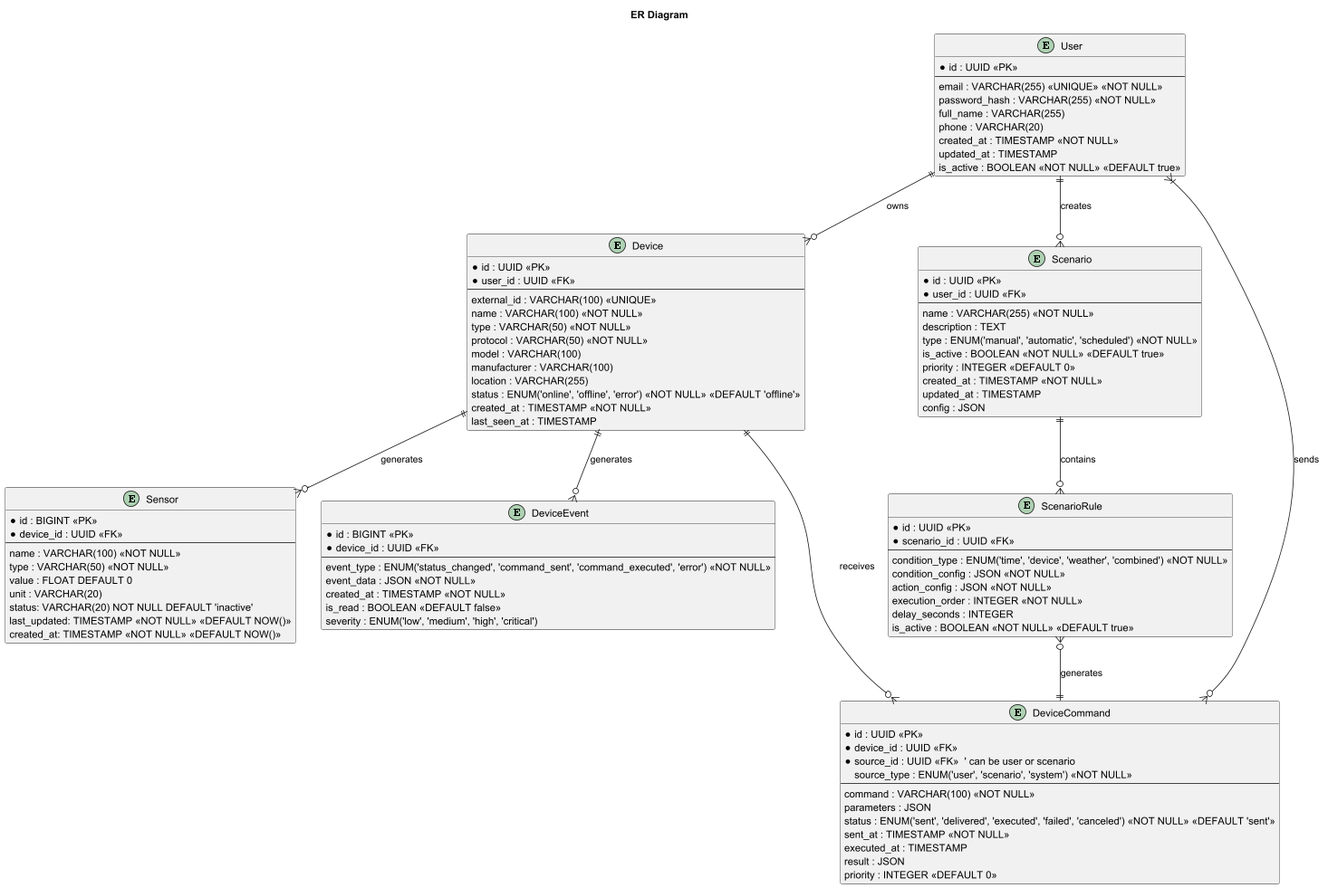
winmord/architecture-pro-warmhouse keeps this PlantUML diagram as diagrams/er/er.png. Above is the earlier version.
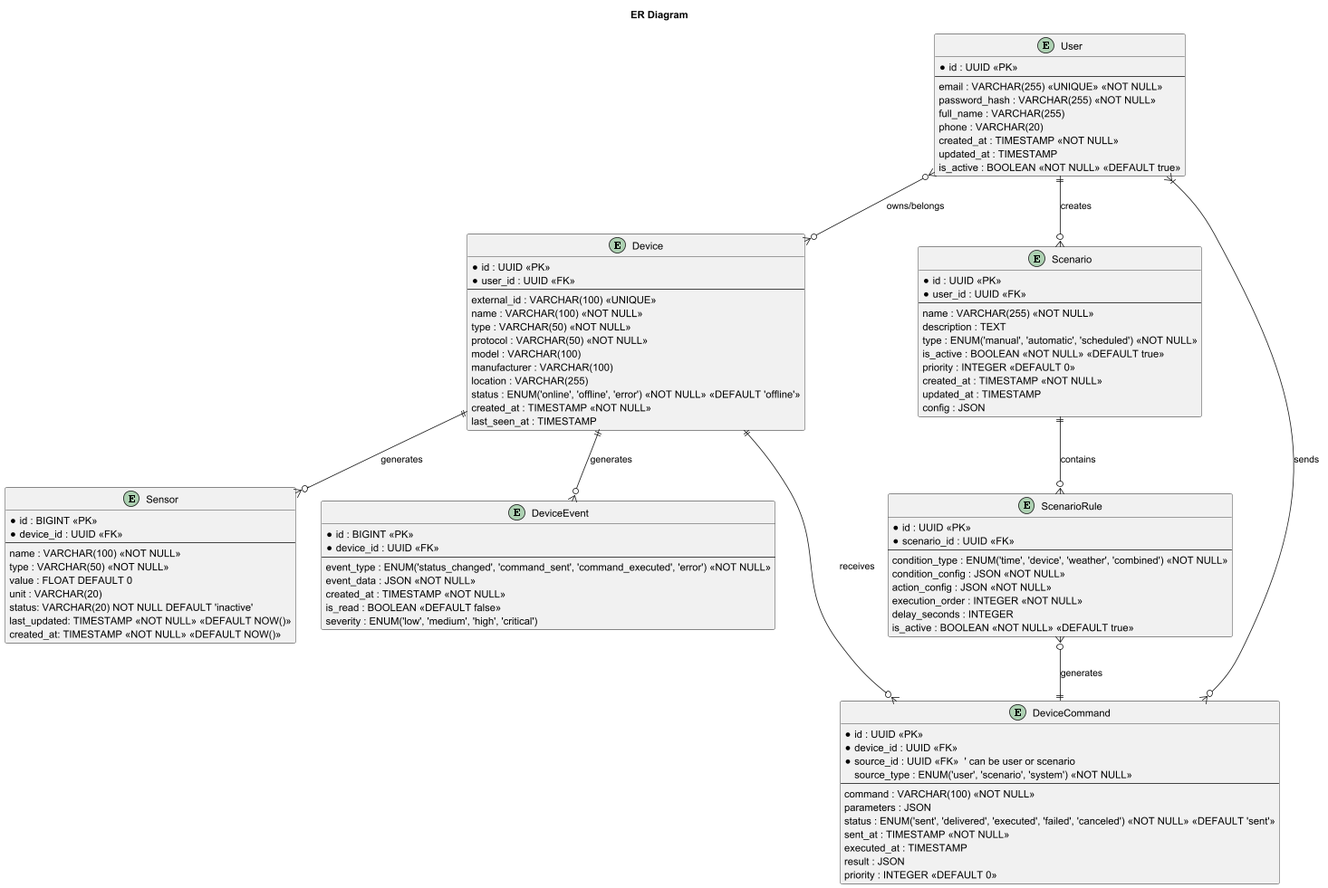
The same diagram one commit later.

Commit message:
fix: change relation between user and device in task 3

The edit, as a diff of the source:
```diff
@@ -96,7 +96,7 @@
 }
 
 
-User ||--o{ Device : "owns"
+User }o--o{ Device : "owns/belongs"
 Device ||--o{ Sensor : "generates"
 User ||--o{ Scenario : "creates"
 Scenario ||--o{ ScenarioRule : "contains"
```
